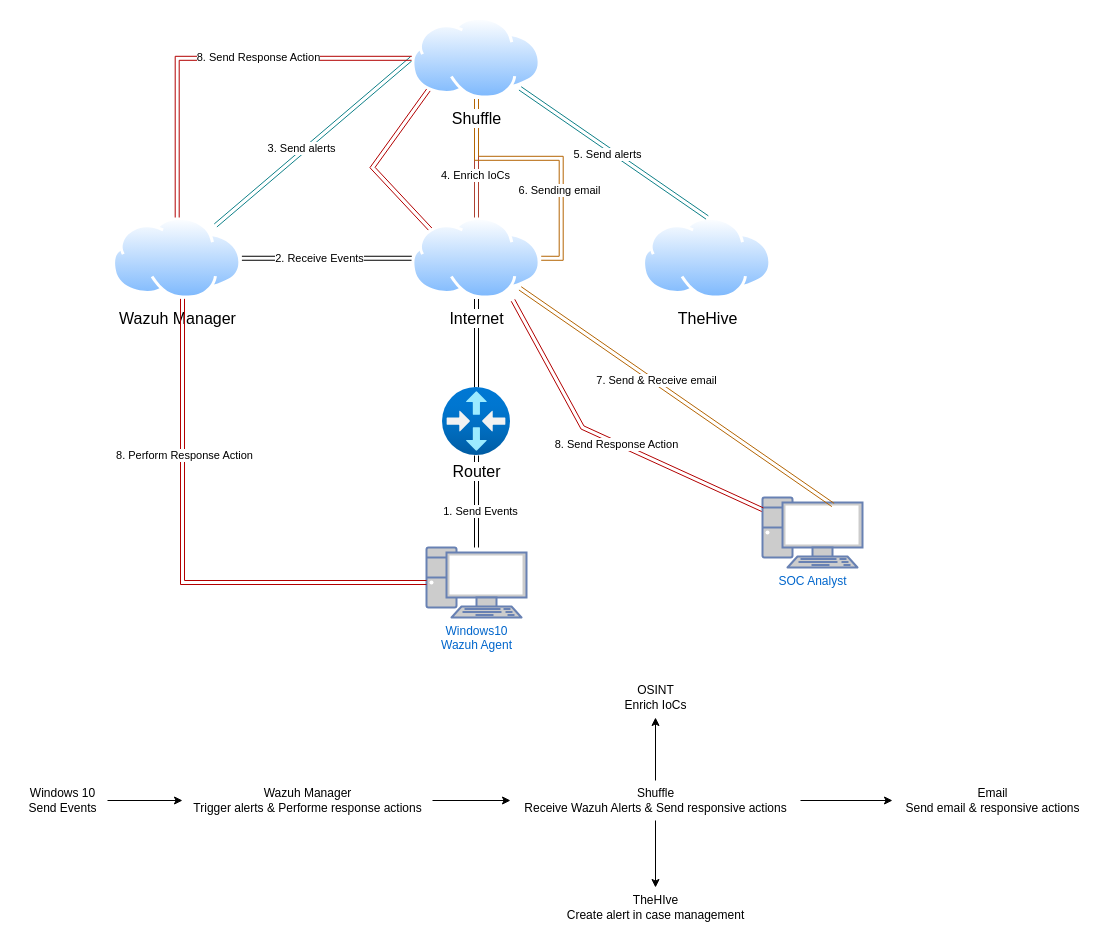
Before: SOC_project/SOC.drawio in FraAlle/Cybersecurity, a draw.io diagram. Source tidied: cells renumbered, new cells numbered last; positions are measured from the earlier drawing's top-left corner, leaving out a move shared by most shapes. Both pictures are drawn from the tidied source at 100%, with x=0, y=0 at pixel (17, 17).
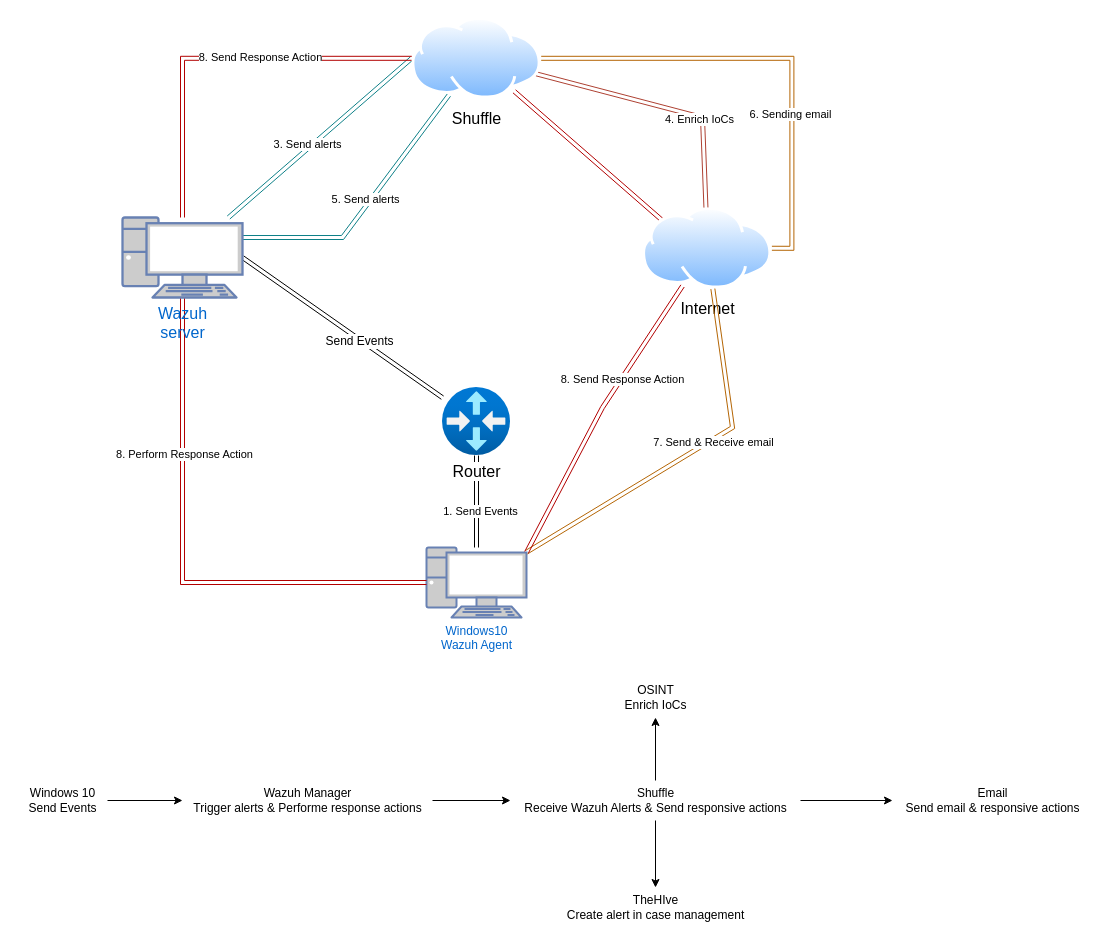
After the change.

Unchanged cells that the change refers to:
```xml
<mxCell id="5" value="&lt;div&gt;Windows10 &lt;br&gt;&lt;/div&gt;&lt;div&gt;Wazuh Agent&lt;/div&gt;" style="fontColor=#0066CC;verticalAlign=top;verticalLabelPosition=bottom;labelPosition=center;align=center;html=1;outlineConnect=0;fillColor=#CCCCCC;strokeColor=#6881B3;gradientColor=none;gradientDirection=north;strokeWidth=2;shape=mxgraph.networks.pc;" parent="1" vertex="1">
  <mxGeometry x="409" y="530" width="100" height="70" as="geometry" />
</mxCell>
<mxCell id="7" value="&lt;div&gt;&lt;font style=&quot;font-size: 16px;&quot;&gt;Router&lt;/font&gt;&lt;/div&gt;" style="image;html=1;points=[];align=center;fontSize=12;image=img/lib/azure2/networking/Virtual_Router.svg;" parent="1" vertex="1">
  <mxGeometry x="425" y="370" width="68" height="68" as="geometry" />
</mxCell>
<mxCell id="24" value="&lt;font style=&quot;font-size: 16px;&quot;&gt;Shuffle&lt;/font&gt;" style="image;perimeter=ellipsePerimeter;html=1;align=center;shadow=0;dashed=0;spacingTop=3;image=img/lib/active_directory/internet_cloud.svg;" parent="1" vertex="1">
  <mxGeometry x="394.3" width="129.4" height="81.5" as="geometry" />
</mxCell>
```

What changed in the source:
```diff
@@
-    <mxCell id="6" style="edgeStyle=orthogonalEdgeStyle;rounded=0;jettySize=auto;html=1;shape=link;" parent="1" edge="1" source="7" target="11">
+    <mxCell id="6" style="rounded=0;jettySize=auto;html=1;shape=link;entryX=1;entryY=0.5;entryDx=0;entryDy=0;entryPerimeter=0;" parent="1" edge="1" source="7" target="44">
       <mxGeometry relative="1" as="geometry" />
     </mxCell>
+    <mxCell id="43" value="&lt;font style=&quot;font-size: 12px;&quot;&gt;Send Events&lt;/font&gt;" style="edgeLabel;html=1;align=center;verticalAlign=middle;" parent="6" vertex="1">
+      <mxGeometry x="-0.17" y="1" relative="1" as="geometry" />
+    </mxCell>
@@
-    <mxCell id="8" style="edgeStyle=orthogonalEdgeStyle;rounded=0;jettySize=auto;html=1;shape=link;" parent="1" edge="1" source="11" target="14">
-      <mxGeometry relative="1" as="geometry" />
-    </mxCell>
-    <mxCell id="9" value="2. Receive Events" style="edgeLabel;html=1;align=center;verticalAlign=middle;" parent="8" vertex="1">
-      <mxGeometry x="0.1" relative="1" as="geometry" />
-    </mxCell>
-    <mxCell id="10" style="rounded=0;jettySize=auto;html=1;exitX=0;exitY=0;exitDx=0;exitDy=0;entryX=0;entryY=1;entryDx=0;entryDy=0;shape=link;fillColor=#e51400;strokeColor=#B20000;" parent="1" edge="1" source="11" target="24">
-      <mxGeometry relative="1" as="geometry">
-        <Array as="points">
-          <mxPoint x="355" y="150" />
-        </Array>
-      </mxGeometry>
+    <mxCell id="10" style="rounded=0;jettySize=auto;html=1;exitX=0;exitY=0;exitDx=0;exitDy=0;shape=link;fillColor=#e51400;strokeColor=#B20000;" parent="1" edge="1" source="11" target="24">
+      <mxGeometry relative="1" as="geometry" />
     </mxCell>
     <mxCell id="11" value="&lt;font style=&quot;font-size: 16px;&quot;&gt;Internet&lt;/font&gt;" style="image;perimeter=ellipsePerimeter;html=1;align=center;shadow=0;dashed=0;spacingTop=3;image=img/lib/active_directory/internet_cloud.svg;" parent="1" vertex="1">
-      <mxGeometry x="394.3" y="200" width="129.4" height="81.5" as="geometry" />
+      <mxGeometry x="625" y="190" width="129.4" height="81.5" as="geometry" />
     </mxCell>
-    <mxCell id="12" style="rounded=0;jettySize=auto;html=1;entryX=0;entryY=0.5;entryDx=0;entryDy=0;shape=link;fillColor=#b0e3e6;strokeColor=#0e8088;" parent="1" edge="1" source="14" target="24">
+    <mxCell id="12" style="rounded=0;jettySize=auto;html=1;entryX=0;entryY=0.5;entryDx=0;entryDy=0;shape=link;fillColor=#b0e3e6;strokeColor=#0e8088;" parent="1" edge="1" source="44" target="24">
       <mxGeometry relative="1" as="geometry" />
     </mxCell>
@@
-    <mxCell id="14" value="&lt;font style=&quot;font-size: 16px;&quot;&gt;Wazuh Manager&lt;/font&gt;" style="image;perimeter=ellipsePerimeter;html=1;align=center;shadow=0;dashed=0;spacingTop=3;image=img/lib/active_directory/internet_cloud.svg;" parent="1" vertex="1">
-      <mxGeometry x="95" y="200" width="129.4" height="81.5" as="geometry" />
-    </mxCell>
-    <mxCell id="15" value="&lt;font style=&quot;font-size: 16px;&quot;&gt;TheHive&lt;/font&gt;" style="image;perimeter=ellipsePerimeter;html=1;align=center;shadow=0;dashed=0;spacingTop=3;image=img/lib/active_directory/internet_cloud.svg;" parent="1" vertex="1">
-      <mxGeometry x="625" y="200" width="129.4" height="81.5" as="geometry" />
-    </mxCell>
-    <mxCell id="16" style="edgeStyle=orthogonalEdgeStyle;rounded=0;jettySize=auto;html=1;shape=link;fillColor=#fad9d5;strokeColor=#ae4132;" parent="1" edge="1" source="24" target="11">
-      <mxGeometry relative="1" as="geometry" />
+    <mxCell id="16" style="rounded=0;jettySize=auto;html=1;shape=link;fillColor=#fad9d5;strokeColor=#ae4132;" parent="1" edge="1" source="24" target="11">
+      <mxGeometry relative="1" as="geometry">
+        <Array as="points">
+          <mxPoint x="685" y="100" />
+        </Array>
+      </mxGeometry>
     </mxCell>
@@
-    <mxCell id="18" style="rounded=0;jettySize=auto;html=1;entryX=0.5;entryY=0;entryDx=0;entryDy=0;shape=link;fillColor=#bac8d3;strokeColor=light-dark(#0e8088, #a0bcd2);" parent="1" edge="1" source="24" target="15">
-      <mxGeometry relative="1" as="geometry" />
+    <mxCell id="18" style="rounded=0;jettySize=auto;html=1;entryX=1;entryY=0.25;entryDx=0;entryDy=0;shape=link;fillColor=#bac8d3;strokeColor=light-dark(#0e8088, #a0bcd2);entryPerimeter=0;" parent="1" edge="1" source="24" target="44">
+      <mxGeometry relative="1" as="geometry">
+        <Array as="points">
+          <mxPoint x="325" y="220" />
+        </Array>
+      </mxGeometry>
     </mxCell>
@@
-    <mxCell id="22" style="edgeStyle=orthogonalEdgeStyle;rounded=0;jettySize=auto;html=1;shape=link;fillColor=#e51400;strokeColor=#B20000;" parent="1" edge="1" source="24" target="14">
+    <mxCell id="22" style="edgeStyle=orthogonalEdgeStyle;rounded=0;jettySize=auto;html=1;shape=link;fillColor=#e51400;strokeColor=#B20000;" parent="1" edge="1" source="24" target="44">
       <mxGeometry relative="1" as="geometry" />
     </mxCell>
@@
-    <mxCell id="25" value="SOC Analyst" style="fontColor=#0066CC;verticalAlign=top;verticalLabelPosition=bottom;labelPosition=center;align=center;html=1;outlineConnect=0;fillColor=#CCCCCC;strokeColor=#6881B3;gradientColor=none;gradientDirection=north;strokeWidth=2;shape=mxgraph.networks.pc;" parent="1" vertex="1">
-      <mxGeometry x="745" y="480" width="100" height="70" as="geometry" />
-    </mxCell>
-    <mxCell id="26" style="rounded=0;jettySize=auto;html=1;entryX=0.705;entryY=0.107;entryDx=0;entryDy=0;entryPerimeter=0;shape=link;fillColor=#fad7ac;strokeColor=#b46504;" parent="1" edge="1" source="11" target="25">
-      <mxGeometry relative="1" as="geometry" />
+    <mxCell id="26" style="rounded=0;jettySize=auto;html=1;shape=link;fillColor=#fad7ac;strokeColor=#b46504;" parent="1" edge="1" source="11" target="5">
+      <mxGeometry relative="1" as="geometry">
+        <Array as="points">
+          <mxPoint x="715" y="410" />
+        </Array>
+      </mxGeometry>
     </mxCell>
@@
-    <mxCell id="28" style="rounded=0;jettySize=auto;html=1;entryX=0.782;entryY=1.016;entryDx=0;entryDy=0;entryPerimeter=0;shape=link;fillColor=#e51400;strokeColor=#B20000;" parent="1" edge="1" source="25" target="11">
+    <mxCell id="28" style="rounded=0;jettySize=auto;html=1;shape=link;fillColor=#e51400;strokeColor=#B20000;exitX=1;exitY=0.07;exitDx=0;exitDy=0;exitPerimeter=0;" parent="1" edge="1" source="5" target="11">
       <mxGeometry relative="1" as="geometry">
         <Array as="points">
-          <mxPoint x="565" y="410" />
+          <mxPoint x="585" y="390" />
         </Array>
       </mxGeometry>
     </mxCell>
     <mxCell id="29" value="8. Send Response Action" style="edgeLabel;html=1;align=center;verticalAlign=middle;" parent="28" vertex="1">
-      <mxGeometry x="-0.06" y="1" relative="1" as="geometry" />
+      <mxGeometry x="-0.06" y="1" relative="1" as="geometry">
+        <mxPoint x="29" y="-45" as="offset" />
+      </mxGeometry>
     </mxCell>
-    <mxCell id="30" style="edgeStyle=orthogonalEdgeStyle;rounded=0;jettySize=auto;html=1;entryX=0;entryY=0.5;entryDx=0;entryDy=0;entryPerimeter=0;shape=link;fillColor=#e51400;strokeColor=#B20000;" parent="1" edge="1" source="14" target="5">
+    <mxCell id="30" style="edgeStyle=orthogonalEdgeStyle;rounded=0;jettySize=auto;html=1;entryX=0;entryY=0.5;entryDx=0;entryDy=0;entryPerimeter=0;shape=link;fillColor=#e51400;strokeColor=#B20000;exitX=0.5;exitY=1;exitDx=0;exitDy=0;exitPerimeter=0;" parent="1" edge="1" source="44" target="5">
       <mxGeometry relative="1" as="geometry">
         <Array as="points">
           <mxPoint x="165" y="565" />
         </Array>
       </mxGeometry>
     </mxCell>
@@
+    <mxCell id="44" value="&lt;div&gt;&lt;font style=&quot;font-size: 16px;&quot;&gt;Wazuh&lt;/font&gt;&lt;/div&gt;&lt;div&gt;&lt;font style=&quot;font-size: 16px;&quot;&gt;server&lt;/font&gt;&lt;/div&gt;" style="fontColor=#0066CC;verticalAlign=top;verticalLabelPosition=bottom;labelPosition=center;align=center;html=1;outlineConnect=0;fillColor=#CCCCCC;strokeColor=#6881B3;gradientColor=none;gradientDirection=north;strokeWidth=2;shape=mxgraph.networks.pc;" parent="1" vertex="1">
+      <mxGeometry x="105" y="200" width="120" height="80" as="geometry" />
+    </mxCell>
```
